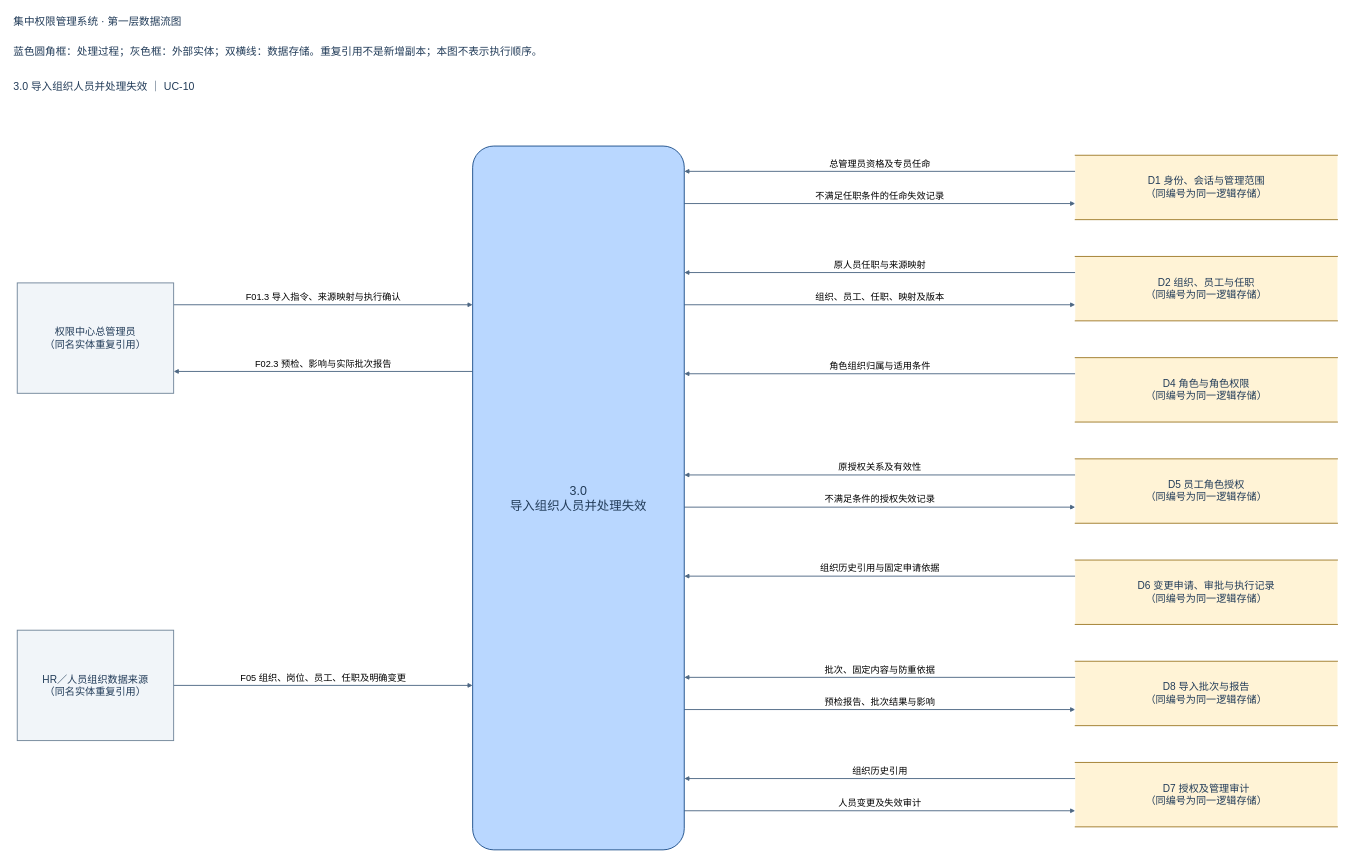
The draw.io diagram page "3.0 维护人员状态并处理失效" (3 of 7) of docs/dataflows-v1/第一层数据流图_分区阅读.drawio in Noah-hope/RBAC-admin, before the edit. Source tidied: cells renumbered, new cells numbered last; positions are measured from the earlier drawing's top-left corner, leaving out a move shared by most shapes. Both pictures are drawn from the tidied source at 46%, with x=0, y=0 at pixel (8, 8).
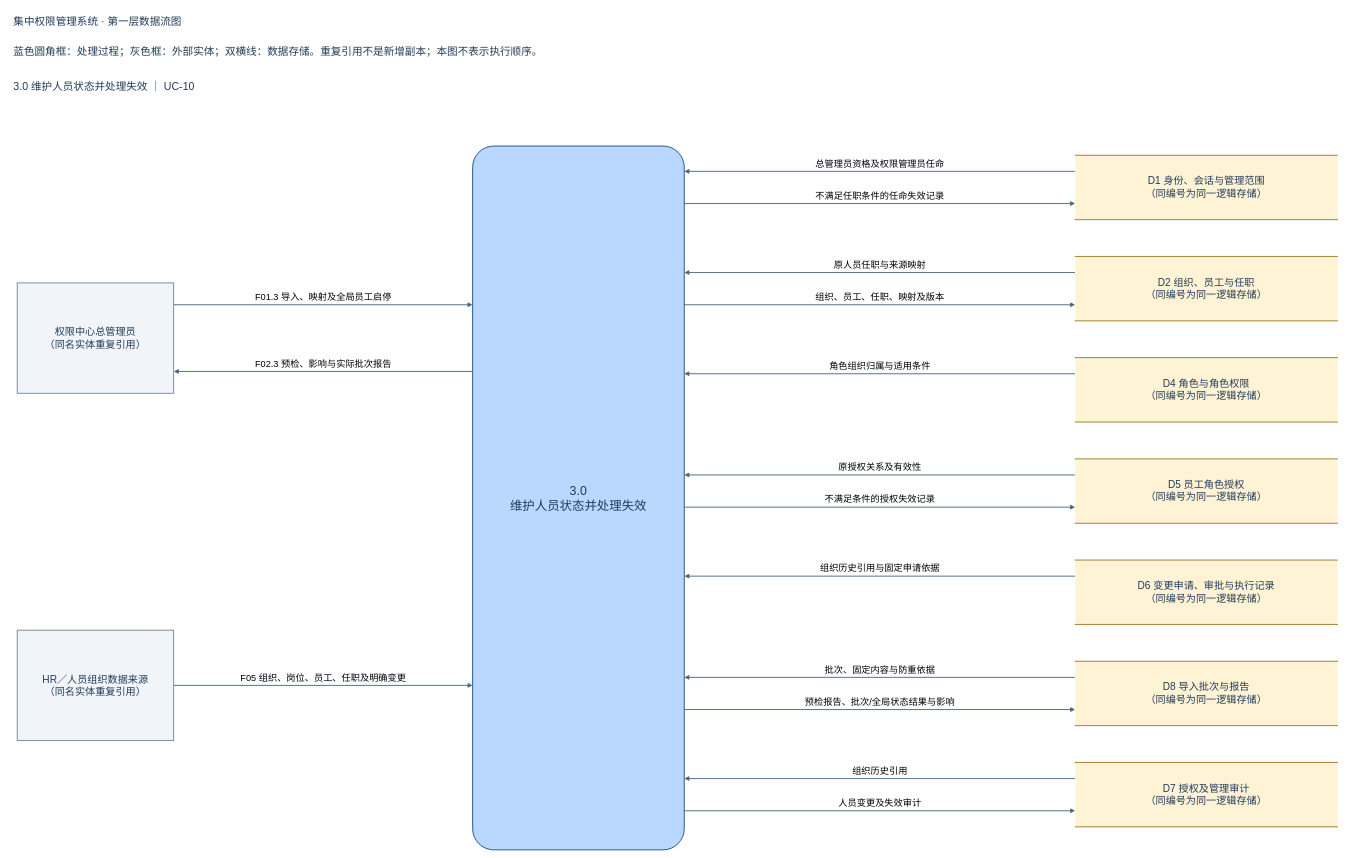
The same diagram, later.

The change refers to these unchanged cells:
```xml
<mxCell id="21" value="权限中心总管理员&lt;br&gt;（同名实体重复引用）" style="html=1;whiteSpace=wrap;fontFamily=Microsoft YaHei;fontSize=22;fontColor=#213b58;align=center;verticalAlign=middle;strokeWidth=2;spacing=12;rounded=0;fillColor=#f1f5f9;strokeColor=#71869a;" parent="1" vertex="1">
  <mxGeometry x="20" y="597.5" width="340" height="240" as="geometry" />
</mxCell>
<mxCell id="23" value="D1  身份、会话与管理范围&lt;br&gt;（同编号为同一逻辑存储）" style="html=1;whiteSpace=wrap;fontFamily=Microsoft YaHei;fontSize=22;fontColor=#213b58;align=center;verticalAlign=middle;strokeWidth=2;spacing=12;shape=partialRectangle;left=0;right=0;top=1;bottom=1;fillColor=#fff3d6;strokeColor=#9f7b2a;" parent="1" vertex="1">
  <mxGeometry x="2320" y="320" width="570" height="140" as="geometry" />
</mxCell>
<mxCell id="28" value="D8  导入批次与报告&lt;br&gt;（同编号为同一逻辑存储）" style="html=1;whiteSpace=wrap;fontFamily=Microsoft YaHei;fontSize=22;fontColor=#213b58;align=center;verticalAlign=middle;strokeWidth=2;spacing=12;shape=partialRectangle;left=0;right=0;top=1;bottom=1;fillColor=#fff3d6;strokeColor=#9f7b2a;" parent="1" vertex="1">
  <mxGeometry x="2320" y="1420" width="570" height="140" as="geometry" />
</mxCell>
```

Change to the diagram source:
```diff
@@
-    <mxCell id="4" value="3.0 导入组织人员并处理失效  ｜  UC-10" style="html=1;whiteSpace=wrap;fontFamily=Microsoft YaHei;fontSize=22;fontColor=#213b58;align=center;verticalAlign=middle;strokeWidth=2;spacing=12;text;strokeColor=none;fillColor=none;fontSize=23;" parent="1" vertex="1">
+    <mxCell id="4" value="3.0 维护人员状态并处理失效  ｜  UC-10" style="html=1;whiteSpace=wrap;fontFamily=Microsoft YaHei;fontSize=22;fontColor=#213b58;align=center;verticalAlign=middle;strokeWidth=2;spacing=12;text;strokeColor=none;fillColor=none;fontSize=23;" parent="1" vertex="1">
       <mxGeometry y="140" width="2940" height="70" as="geometry" />
     </mxCell>
-    <mxCell id="5" value="F01.3 导入指令、来源映射与执行确认" style="html=1;edgeStyle=none;noEdgeStyle=1;rounded=0;curved=0;endArrow=block;endFill=1;strokeColor=#4d6783;strokeWidth=2;fontFamily=Microsoft YaHei;fontSize=20;labelBackgroundColor=#ffffff;exitX=1.0;exitY=0.19791666666666666;entryX=0.0;entryY=0.22549019607843138;exitPerimeter=0;entryPerimeter=0;" parent="1" edge="1" source="21" target="20">
+    <mxCell id="5" value="F01.3 导入、映射及全局员工启停" style="html=1;edgeStyle=none;noEdgeStyle=1;rounded=0;curved=0;endArrow=block;endFill=1;strokeColor=#4d6783;strokeWidth=2;fontFamily=Microsoft YaHei;fontSize=20;labelBackgroundColor=#ffffff;exitX=1.0;exitY=0.19791666666666666;entryX=0.0;entryY=0.22549019607843138;exitPerimeter=0;entryPerimeter=0;" parent="1" edge="1" source="21" target="20">
       <mxGeometry relative="1" as="geometry">
         <mxPoint y="-18" as="offset" />
       </mxGeometry>
     </mxCell>
@@
-    <mxCell id="8" value="总管理员资格及专员任命" style="html=1;edgeStyle=none;noEdgeStyle=1;rounded=0;curved=0;endArrow=block;endFill=1;strokeColor=#4d6783;strokeWidth=2;fontFamily=Microsoft YaHei;fontSize=20;labelBackgroundColor=#ffffff;exitX=0.0;exitY=0.25;entryX=1.0;entryY=0.03594771241830065;exitPerimeter=0;entryPerimeter=0;" parent="1" edge="1" source="23" target="20">
+    <mxCell id="8" value="总管理员资格及权限管理员任命" style="html=1;edgeStyle=none;noEdgeStyle=1;rounded=0;curved=0;endArrow=block;endFill=1;strokeColor=#4d6783;strokeWidth=2;fontFamily=Microsoft YaHei;fontSize=20;labelBackgroundColor=#ffffff;exitX=0.0;exitY=0.25;entryX=1.0;entryY=0.03594771241830065;exitPerimeter=0;entryPerimeter=0;" parent="1" edge="1" source="23" target="20">
       <mxGeometry relative="1" as="geometry">
         <mxPoint y="-18" as="offset" />
       </mxGeometry>
     </mxCell>
@@
-    <mxCell id="17" value="预检报告、批次结果与影响" style="html=1;edgeStyle=none;noEdgeStyle=1;rounded=0;curved=0;endArrow=block;endFill=1;strokeColor=#4d6783;strokeWidth=2;fontFamily=Microsoft YaHei;fontSize=20;labelBackgroundColor=#ffffff;exitX=1.0;exitY=0.8006535947712419;entryX=0.0;entryY=0.75;exitPerimeter=0;entryPerimeter=0;" parent="1" edge="1" source="20" target="28">
+    <mxCell id="17" value="预检报告、批次/全局状态结果与影响" style="html=1;edgeStyle=none;noEdgeStyle=1;rounded=0;curved=0;endArrow=block;endFill=1;strokeColor=#4d6783;strokeWidth=2;fontFamily=Microsoft YaHei;fontSize=20;labelBackgroundColor=#ffffff;exitX=1.0;exitY=0.8006535947712419;entryX=0.0;entryY=0.75;exitPerimeter=0;entryPerimeter=0;" parent="1" edge="1" source="20" target="28">
       <mxGeometry relative="1" as="geometry">
         <mxPoint y="-18" as="offset" />
       </mxGeometry>
     </mxCell>
@@
-    <mxCell id="20" value="3.0&lt;br&gt;导入组织人员并处理失效" style="html=1;whiteSpace=wrap;fontFamily=Microsoft YaHei;fontSize=22;fontColor=#213b58;align=center;verticalAlign=middle;strokeWidth=2;spacing=12;rounded=1;arcSize=10;fillColor=#b9d7ff;strokeColor=#1c4e8a;fontSize=27;" parent="1" vertex="1">
+    <mxCell id="20" value="3.0&lt;br&gt;维护人员状态并处理失效" style="html=1;whiteSpace=wrap;fontFamily=Microsoft YaHei;fontSize=22;fontColor=#213b58;align=center;verticalAlign=middle;strokeWidth=2;spacing=12;rounded=1;arcSize=10;fillColor=#b9d7ff;strokeColor=#1c4e8a;fontSize=27;" parent="1" vertex="1">
       <mxGeometry x="1010" y="300" width="460" height="1530" as="geometry" />
     </mxCell>
```
